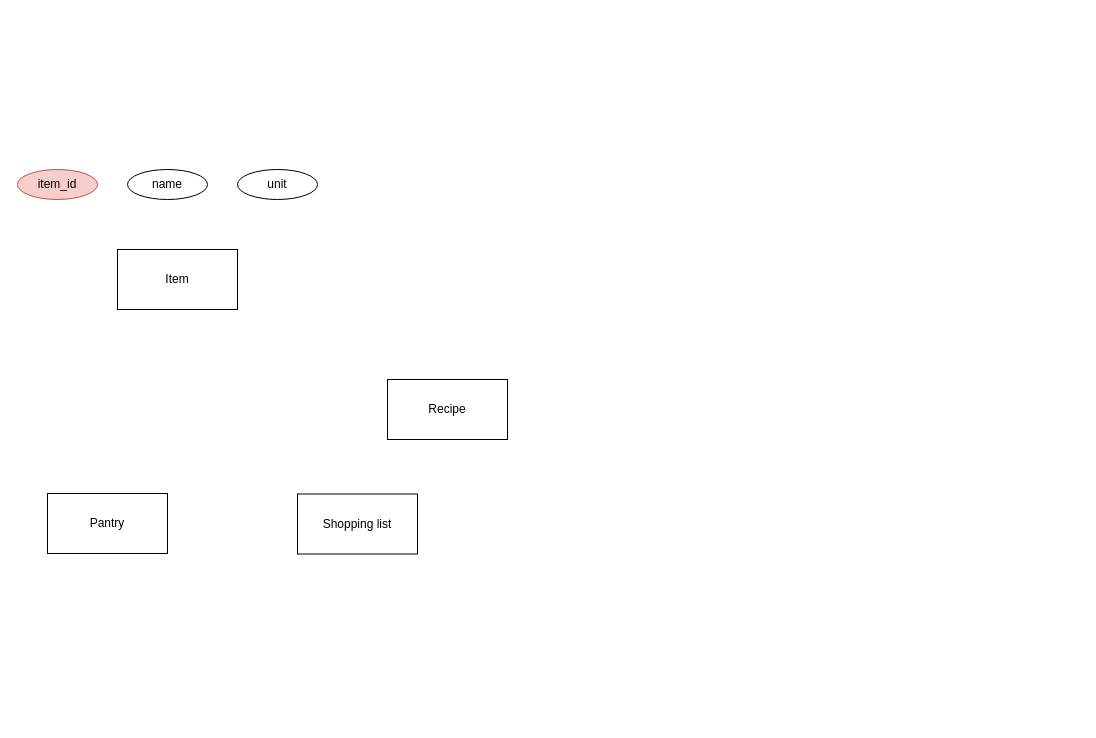
Oolay/food-shop keeps this draw.io diagram as foodShopER.drawio. Above is the earlier version. Source tidied: cells renumbered, new cells numbered last; positions are measured from the earlier drawing's top-left corner, leaving out a move shared by most shapes. Both pictures are drawn from the tidied source at 100%, with x=0, y=0 at pixel (17, 169).
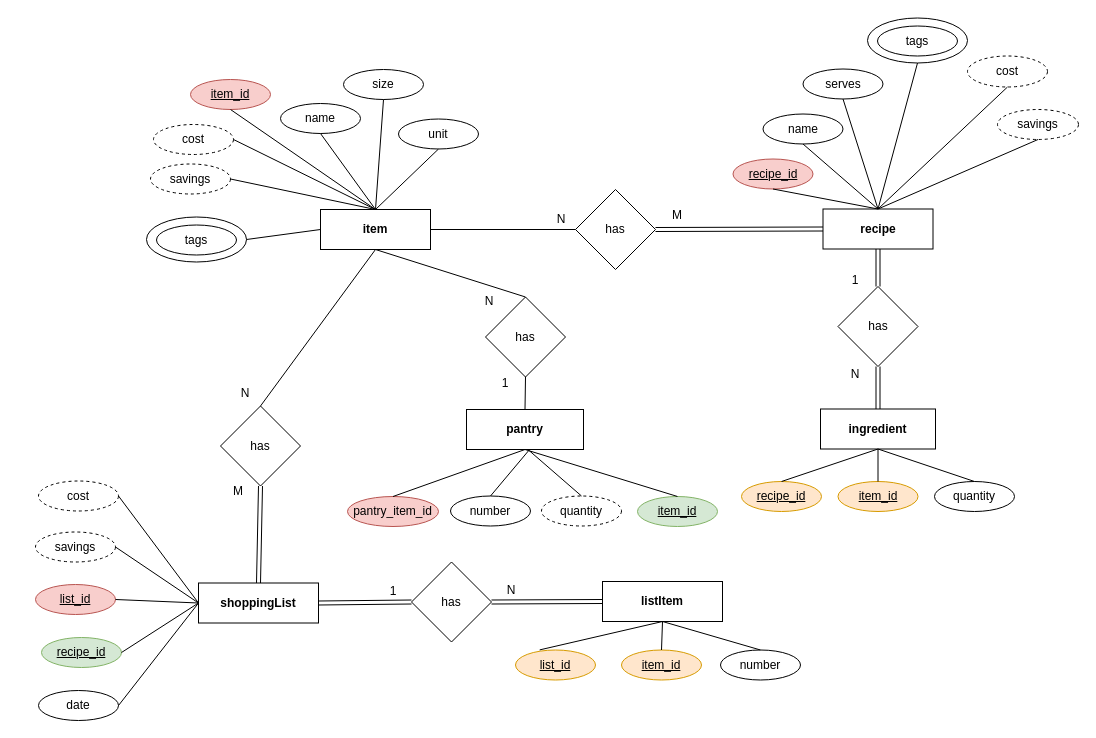
The same diagram, later.

The edit, as a diff of the source:
```diff
@@
-    <mxCell id="2" value="Item" style="rounded=0;whiteSpace=wrap;html=1;" parent="1" vertex="1">
-      <mxGeometry x="100" y="80" width="120" height="60" as="geometry" />
+    <mxCell id="2" value="item" style="rounded=0;whiteSpace=wrap;html=1;fontStyle=1;" parent="1" vertex="1">
+      <mxGeometry x="303" y="40" width="110" height="40" as="geometry" />
     </mxCell>
-    <mxCell id="3" value="Recipe" style="rounded=0;whiteSpace=wrap;html=1;" parent="1" vertex="1">
-      <mxGeometry x="370" y="210" width="120" height="60" as="geometry" />
+    <mxCell id="3" value="recipe" style="rounded=0;whiteSpace=wrap;html=1;fontStyle=1;" parent="1" vertex="1">
+      <mxGeometry x="805.5" y="39.5" width="110" height="40" as="geometry" />
     </mxCell>
-    <mxCell id="4" value="Shopping list" style="rounded=0;whiteSpace=wrap;html=1;" parent="1" vertex="1">
-      <mxGeometry x="280" y="324.5" width="120" height="60" as="geometry" />
+    <mxCell id="4" value="shoppingList" style="rounded=0;whiteSpace=wrap;html=1;fontStyle=1;" parent="1" vertex="1">
+      <mxGeometry x="181" y="413.5" width="120" height="40" as="geometry" />
     </mxCell>
-    <mxCell id="5" value="Pantry" style="rounded=0;whiteSpace=wrap;html=1;" parent="1" vertex="1">
-      <mxGeometry x="30" y="324" width="120" height="60" as="geometry" />
+    <mxCell id="5" value="pantry" style="rounded=0;whiteSpace=wrap;html=1;fontStyle=1;" parent="1" vertex="1">
+      <mxGeometry x="449" y="240" width="117" height="40" as="geometry" />
     </mxCell>
-    <mxCell id="6" value="item_id" style="ellipse;whiteSpace=wrap;html=1;fillColor=#f8cecc;strokeColor=#b85450;" parent="1" vertex="1">
-      <mxGeometry width="80" height="30" as="geometry" />
+    <mxCell id="6" value="item_id" style="ellipse;whiteSpace=wrap;html=1;fillColor=#f8cecc;strokeColor=#b85450;fontStyle=4;" parent="1" vertex="1">
+      <mxGeometry x="173" y="-90" width="80" height="30" as="geometry" />
     </mxCell>
     <mxCell id="7" value="name" style="ellipse;whiteSpace=wrap;html=1;" parent="1" vertex="1">
-      <mxGeometry x="110" width="80" height="30" as="geometry" />
+      <mxGeometry x="263" y="-66" width="80" height="30" as="geometry" />
     </mxCell>
     <mxCell id="8" value="unit" style="ellipse;whiteSpace=wrap;html=1;" parent="1" vertex="1">
-      <mxGeometry x="220" width="80" height="30" as="geometry" />
+      <mxGeometry x="381" y="-50.5" width="80" height="30" as="geometry" />
     </mxCell>
+    <mxCell id="9" value="size" style="ellipse;whiteSpace=wrap;html=1;" parent="1" vertex="1">
+      <mxGeometry x="326" y="-100" width="80" height="30" as="geometry" />
+    </mxCell>
+    <mxCell id="10" style="endArrow=none;html=1;entryX=0.5;entryY=1;entryDx=0;entryDy=0;exitX=0.5;exitY=0;exitDx=0;exitDy=0;" parent="1" edge="1" source="2" target="6">
+      <mxGeometry relative="1" as="geometry" />
+    </mxCell>
+    <mxCell id="11" style="endArrow=none;html=1;entryX=0.5;entryY=1;entryDx=0;entryDy=0;exitX=0.5;exitY=0;exitDx=0;exitDy=0;" parent="1" edge="1" source="2" target="7">
+      <mxGeometry relative="1" as="geometry" />
+    </mxCell>
+    <mxCell id="12" style="endArrow=none;html=1;entryX=0.5;entryY=1;entryDx=0;entryDy=0;exitX=0.5;exitY=0;exitDx=0;exitDy=0;" parent="1" edge="1" source="2" target="9">
+      <mxGeometry relative="1" as="geometry" />
+    </mxCell>
+    <mxCell id="13" style="endArrow=none;html=1;entryX=0.5;entryY=1;entryDx=0;entryDy=0;exitX=0.5;exitY=0;exitDx=0;exitDy=0;" parent="1" edge="1" source="2" target="8">
+      <mxGeometry relative="1" as="geometry" />
+    </mxCell>
+    <mxCell id="14" value="recipe_id" style="ellipse;whiteSpace=wrap;html=1;fillColor=#f8cecc;strokeColor=#b85450;fontStyle=4;" parent="1" vertex="1">
+      <mxGeometry x="715.5" y="-10.5" width="80" height="30" as="geometry" />
+    </mxCell>
+    <mxCell id="15" value="name" style="ellipse;whiteSpace=wrap;html=1;" parent="1" vertex="1">
+      <mxGeometry x="745.5" y="-55.5" width="80" height="30" as="geometry" />
+    </mxCell>
+    <mxCell id="16" value="has" style="rhombus;whiteSpace=wrap;html=1;" parent="1" vertex="1">
+      <mxGeometry x="203" y="236.5" width="80" height="80" as="geometry" />
+    </mxCell>
+    <mxCell id="17" value="cost" style="ellipse;whiteSpace=wrap;html=1;dashed=1;" parent="1" vertex="1">
+      <mxGeometry x="136" y="-45" width="80" height="30" as="geometry" />
+    </mxCell>
+    <mxCell id="18" value="savings" style="ellipse;whiteSpace=wrap;html=1;dashed=1;" parent="1" vertex="1">
+      <mxGeometry x="133" y="-5.5" width="80" height="30" as="geometry" />
+    </mxCell>
+    <mxCell id="19" value="list_id" style="ellipse;whiteSpace=wrap;html=1;fillColor=#f8cecc;strokeColor=#b85450;fontStyle=4;" parent="1" vertex="1">
+      <mxGeometry x="18" y="415" width="80" height="30" as="geometry" />
+    </mxCell>
+    <mxCell id="20" style="endArrow=none;html=1;exitX=0.5;exitY=1;exitDx=0;exitDy=0;entryX=0.5;entryY=0;entryDx=0;entryDy=0;" parent="1" edge="1" source="2" target="16">
+      <mxGeometry relative="1" as="geometry" />
+    </mxCell>
+    <mxCell id="21" style="shape=link;html=1;exitX=0.5;exitY=0;exitDx=0;exitDy=0;entryX=0.5;entryY=1;entryDx=0;entryDy=0;" parent="1" edge="1" source="4" target="16">
+      <mxGeometry relative="1" as="geometry" />
+    </mxCell>
+    <mxCell id="22" value="has" style="rhombus;whiteSpace=wrap;html=1;" parent="1" vertex="1">
+      <mxGeometry x="558" y="20" width="80" height="80" as="geometry" />
+    </mxCell>
+    <mxCell id="23" style="endArrow=none;html=1;exitX=1;exitY=0.5;exitDx=0;exitDy=0;entryX=0;entryY=0.5;entryDx=0;entryDy=0;" parent="1" edge="1" source="2" target="22">
+      <mxGeometry relative="1" as="geometry" />
+    </mxCell>
+    <mxCell id="24" style="shape=link;html=1;exitX=1;exitY=0.5;exitDx=0;exitDy=0;entryX=0;entryY=0.5;entryDx=0;entryDy=0;" parent="1" edge="1" source="22" target="3">
+      <mxGeometry relative="1" as="geometry" />
+    </mxCell>
+    <mxCell id="25" style="endArrow=none;html=1;entryX=0;entryY=0.5;entryDx=0;entryDy=0;exitX=1;exitY=0.5;exitDx=0;exitDy=0;" parent="1" edge="1" source="19" target="4">
+      <mxGeometry relative="1" as="geometry" />
+    </mxCell>
+    <mxCell id="26" value="N" style="text;html=1;strokeColor=none;fillColor=none;align=center;verticalAlign=middle;whiteSpace=wrap;rounded=0;dashed=1;" parent="1" vertex="1">
+      <mxGeometry x="524" y="40" width="40" height="20" as="geometry" />
+    </mxCell>
+    <mxCell id="27" value="M" style="text;html=1;strokeColor=none;fillColor=none;align=center;verticalAlign=middle;whiteSpace=wrap;rounded=0;dashed=1;" parent="1" vertex="1">
+      <mxGeometry x="640" y="35.5" width="40" height="20" as="geometry" />
+    </mxCell>
+    <mxCell id="28" value="N" style="text;html=1;strokeColor=none;fillColor=none;align=center;verticalAlign=middle;whiteSpace=wrap;rounded=0;dashed=1;" parent="1" vertex="1">
+      <mxGeometry x="208" y="213.5" width="40" height="20" as="geometry" />
+    </mxCell>
+    <mxCell id="29" value="M" style="text;html=1;strokeColor=none;fillColor=none;align=center;verticalAlign=middle;whiteSpace=wrap;rounded=0;dashed=1;" parent="1" vertex="1">
+      <mxGeometry x="201" y="311.5" width="40" height="20" as="geometry" />
+    </mxCell>
+    <mxCell id="30" style="endArrow=none;html=1;entryX=0.5;entryY=1;entryDx=0;entryDy=0;exitX=0.5;exitY=0;exitDx=0;exitDy=0;" parent="1" edge="1" source="3" target="14">
+      <mxGeometry relative="1" as="geometry" />
+    </mxCell>
+    <mxCell id="31" style="endArrow=none;html=1;entryX=0.5;entryY=1;entryDx=0;entryDy=0;exitX=0.5;exitY=0;exitDx=0;exitDy=0;" parent="1" edge="1" source="3" target="15">
+      <mxGeometry relative="1" as="geometry" />
+    </mxCell>
+    <mxCell id="32" value="serves" style="ellipse;whiteSpace=wrap;html=1;" parent="1" vertex="1">
+      <mxGeometry x="785.5" y="-100.5" width="80" height="30" as="geometry" />
+    </mxCell>
+    <mxCell id="33" style="endArrow=none;html=1;entryX=0.5;entryY=1;entryDx=0;entryDy=0;exitX=0.5;exitY=0;exitDx=0;exitDy=0;" parent="1" edge="1" source="3" target="32">
+      <mxGeometry relative="1" as="geometry" />
+    </mxCell>
+    <mxCell id="34" value="cost" style="ellipse;whiteSpace=wrap;html=1;dashed=1;" parent="1" vertex="1">
+      <mxGeometry x="950" y="-113.5" width="80" height="31" as="geometry" />
+    </mxCell>
+    <mxCell id="35" value="savings" style="ellipse;whiteSpace=wrap;html=1;dashed=1;" parent="1" vertex="1">
+      <mxGeometry x="980" y="-60" width="81" height="30" as="geometry" />
+    </mxCell>
+    <mxCell id="36" style="endArrow=none;html=1;exitX=0.5;exitY=1;exitDx=0;exitDy=0;" parent="1" edge="1" source="34">
+      <mxGeometry relative="1" as="geometry">
+        <mxPoint x="860.5" y="39.5" as="targetPoint" />
+      </mxGeometry>
+    </mxCell>
+    <mxCell id="37" style="endArrow=none;html=1;exitX=0.5;exitY=1;exitDx=0;exitDy=0;" parent="1" edge="1" source="35">
+      <mxGeometry relative="1" as="geometry">
+        <mxPoint x="860.5" y="39.5" as="targetPoint" />
+      </mxGeometry>
+    </mxCell>
+    <mxCell id="38" value="date" style="ellipse;whiteSpace=wrap;html=1;" parent="1" vertex="1">
+      <mxGeometry x="21" y="521" width="80" height="30" as="geometry" />
+    </mxCell>
+    <mxCell id="39" style="endArrow=none;html=1;exitX=0;exitY=0.5;exitDx=0;exitDy=0;entryX=1;entryY=0.5;entryDx=0;entryDy=0;" parent="1" edge="1" source="4" target="38">
+      <mxGeometry relative="1" as="geometry" />
+    </mxCell>
+    <mxCell id="40" value="item_id" style="ellipse;whiteSpace=wrap;html=1;fillColor=#d5e8d4;strokeColor=#82b366;fontStyle=4;" parent="1" vertex="1">
+      <mxGeometry x="620" y="327" width="80" height="30" as="geometry" />
+    </mxCell>
+    <mxCell id="41" style="endArrow=none;html=1;entryX=0.5;entryY=0;entryDx=0;entryDy=0;exitX=1;exitY=0.5;exitDx=0;exitDy=0;" parent="1" edge="1" source="17" target="2">
+      <mxGeometry relative="1" as="geometry" />
+    </mxCell>
+    <mxCell id="42" style="endArrow=none;html=1;entryX=0.5;entryY=0;entryDx=0;entryDy=0;exitX=1;exitY=0.5;exitDx=0;exitDy=0;" parent="1" edge="1" source="18" target="2">
+      <mxGeometry relative="1" as="geometry" />
+    </mxCell>
+    <mxCell id="43" value="cost" style="ellipse;whiteSpace=wrap;html=1;dashed=1;" parent="1" vertex="1">
+      <mxGeometry x="21" y="311.5" width="80" height="30" as="geometry" />
+    </mxCell>
+    <mxCell id="44" value="savings" style="ellipse;whiteSpace=wrap;html=1;dashed=1;" parent="1" vertex="1">
+      <mxGeometry x="18" y="362.5" width="80" height="30" as="geometry" />
+    </mxCell>
+    <mxCell id="45" style="ellipse;whiteSpace=wrap;html=1;" parent="1" vertex="1">
+      <mxGeometry x="129" y="47.5" width="100" height="45" as="geometry" />
+    </mxCell>
+    <mxCell id="46" value="tags" style="ellipse;whiteSpace=wrap;html=1;fontStyle=0;" parent="1" vertex="1">
+      <mxGeometry x="139" y="55.5" width="80" height="30" as="geometry" />
+    </mxCell>
+    <mxCell id="47" style="ellipse;whiteSpace=wrap;html=1;" parent="1" vertex="1">
+      <mxGeometry x="850" y="-151.5" width="100" height="45" as="geometry" />
+    </mxCell>
+    <mxCell id="48" value="tags" style="ellipse;whiteSpace=wrap;html=1;fontStyle=0;" parent="1" vertex="1">
+      <mxGeometry x="860" y="-143.5" width="80" height="30" as="geometry" />
+    </mxCell>
+    <mxCell id="49" style="endArrow=none;html=1;entryX=0;entryY=0.5;entryDx=0;entryDy=0;exitX=1;exitY=0.5;exitDx=0;exitDy=0;" parent="1" edge="1" source="45" target="2">
+      <mxGeometry relative="1" as="geometry" />
+    </mxCell>
+    <mxCell id="50" style="endArrow=none;html=1;entryX=0.5;entryY=1;entryDx=0;entryDy=0;" parent="1" edge="1" target="47">
+      <mxGeometry relative="1" as="geometry">
+        <mxPoint x="860.5" y="39.5" as="sourcePoint" />
+      </mxGeometry>
+    </mxCell>
+    <mxCell id="51" value="recipe_id" style="ellipse;whiteSpace=wrap;html=1;fillColor=#d5e8d4;strokeColor=#82b366;fontStyle=4;" parent="1" vertex="1">
+      <mxGeometry x="24" y="468" width="80" height="30" as="geometry" />
+    </mxCell>
+    <mxCell id="52" style="endArrow=none;html=1;entryX=0;entryY=0.5;entryDx=0;entryDy=0;exitX=1;exitY=0.5;exitDx=0;exitDy=0;" parent="1" edge="1" source="51" target="4">
+      <mxGeometry relative="1" as="geometry" />
+    </mxCell>
+    <mxCell id="53" value="number" style="ellipse;whiteSpace=wrap;html=1;" parent="1" vertex="1">
+      <mxGeometry x="433" y="326.5" width="80" height="30" as="geometry" />
+    </mxCell>
+    <mxCell id="54" style="endArrow=none;html=1;entryX=0.5;entryY=1;entryDx=0;entryDy=0;exitX=0.5;exitY=0;exitDx=0;exitDy=0;" parent="1" edge="1" source="40" target="5">
+      <mxGeometry relative="1" as="geometry" />
+    </mxCell>
+    <mxCell id="55" style="endArrow=none;html=1;exitX=0.5;exitY=0;exitDx=0;exitDy=0;" parent="1" edge="1" source="53">
+      <mxGeometry relative="1" as="geometry">
+        <mxPoint x="512.5" y="279.5" as="targetPoint" />
+      </mxGeometry>
+    </mxCell>
+    <mxCell id="56" style="endArrow=none;html=1;exitX=1;exitY=0.5;exitDx=0;exitDy=0;entryX=0;entryY=0.5;entryDx=0;entryDy=0;" parent="1" edge="1" source="43" target="4">
+      <mxGeometry relative="1" as="geometry" />
+    </mxCell>
+    <mxCell id="57" style="endArrow=none;html=1;entryX=0;entryY=0.5;entryDx=0;entryDy=0;exitX=1;exitY=0.5;exitDx=0;exitDy=0;" parent="1" edge="1" source="44" target="4">
+      <mxGeometry relative="1" as="geometry" />
+    </mxCell>
+    <mxCell id="58" value="ingredient" style="rounded=0;whiteSpace=wrap;html=1;fontStyle=1;" parent="1" vertex="1">
+      <mxGeometry x="803" y="239.5" width="115" height="40" as="geometry" />
+    </mxCell>
+    <mxCell id="59" value="recipe_id" style="ellipse;whiteSpace=wrap;html=1;fillColor=#ffe6cc;strokeColor=#d79b00;fontStyle=4;" parent="1" vertex="1">
+      <mxGeometry x="724" y="312" width="80" height="30" as="geometry" />
+    </mxCell>
+    <mxCell id="60" value="item_id" style="ellipse;whiteSpace=wrap;html=1;fillColor=#ffe6cc;strokeColor=#d79b00;fontStyle=4;" parent="1" vertex="1">
+      <mxGeometry x="820.5" y="312" width="80" height="30" as="geometry" />
+    </mxCell>
+    <mxCell id="61" value="quantity" style="ellipse;whiteSpace=wrap;html=1;" parent="1" vertex="1">
+      <mxGeometry x="917" y="312" width="80" height="30" as="geometry" />
+    </mxCell>
+    <mxCell id="62" style="endArrow=none;html=1;entryX=0.5;entryY=1;entryDx=0;entryDy=0;exitX=0.5;exitY=0;exitDx=0;exitDy=0;" parent="1" edge="1" source="59" target="58">
+      <mxGeometry relative="1" as="geometry" />
+    </mxCell>
+    <mxCell id="63" style="endArrow=none;html=1;exitX=0.5;exitY=1;exitDx=0;exitDy=0;entryX=0.5;entryY=0;entryDx=0;entryDy=0;" parent="1" edge="1" source="58" target="60">
+      <mxGeometry relative="1" as="geometry" />
+    </mxCell>
+    <mxCell id="64" style="endArrow=none;html=1;exitX=0.5;exitY=1;exitDx=0;exitDy=0;entryX=0.5;entryY=0;entryDx=0;entryDy=0;" parent="1" edge="1" source="58" target="61">
+      <mxGeometry relative="1" as="geometry" />
+    </mxCell>
+    <mxCell id="65" value="quantity" style="ellipse;whiteSpace=wrap;html=1;dashed=1;" parent="1" vertex="1">
+      <mxGeometry x="524" y="326.5" width="80" height="30" as="geometry" />
+    </mxCell>
+    <mxCell id="66" style="endArrow=none;html=1;entryX=0.5;entryY=0;entryDx=0;entryDy=0;" parent="1" edge="1" target="65">
+      <mxGeometry relative="1" as="geometry">
+        <mxPoint x="511" y="280.5" as="sourcePoint" />
+      </mxGeometry>
+    </mxCell>
+    <mxCell id="67" value="has" style="rhombus;whiteSpace=wrap;html=1;" parent="1" vertex="1">
+      <mxGeometry x="820.5" y="117" width="80" height="80" as="geometry" />
+    </mxCell>
+    <mxCell id="68" style="shape=link;html=1;entryX=0.5;entryY=1;entryDx=0;entryDy=0;exitX=0.5;exitY=0;exitDx=0;exitDy=0;" parent="1" edge="1" source="67" target="3">
+      <mxGeometry relative="1" as="geometry" />
+    </mxCell>
+    <mxCell id="69" style="shape=link;html=1;exitX=0.5;exitY=0;exitDx=0;exitDy=0;entryX=0.5;entryY=1;entryDx=0;entryDy=0;" parent="1" edge="1" source="58" target="67">
+      <mxGeometry relative="1" as="geometry" />
+    </mxCell>
+    <mxCell id="70" value="has" style="rhombus;whiteSpace=wrap;html=1;" parent="1" vertex="1">
+      <mxGeometry x="468" y="127.5" width="80" height="80" as="geometry" />
+    </mxCell>
+    <mxCell id="71" style="endArrow=none;html=1;entryX=0.5;entryY=1;entryDx=0;entryDy=0;exitX=0.5;exitY=0;exitDx=0;exitDy=0;" parent="1" edge="1" source="70" target="2">
+      <mxGeometry relative="1" as="geometry" />
+    </mxCell>
+    <mxCell id="72" style="endArrow=none;html=1;entryX=0.5;entryY=1;entryDx=0;entryDy=0;exitX=0.5;exitY=0;exitDx=0;exitDy=0;" parent="1" edge="1" source="5" target="70">
+      <mxGeometry relative="1" as="geometry" />
+    </mxCell>
+    <mxCell id="73" value="N" style="text;html=1;strokeColor=none;fillColor=none;align=center;verticalAlign=middle;whiteSpace=wrap;rounded=0;dashed=1;" parent="1" vertex="1">
+      <mxGeometry x="818" y="195" width="40" height="20" as="geometry" />
+    </mxCell>
+    <mxCell id="74" value="1" style="text;html=1;strokeColor=none;fillColor=none;align=center;verticalAlign=middle;whiteSpace=wrap;rounded=0;dashed=1;" parent="1" vertex="1">
+      <mxGeometry x="818" y="101" width="40" height="20" as="geometry" />
+    </mxCell>
+    <mxCell id="75" value="N" style="text;html=1;strokeColor=none;fillColor=none;align=center;verticalAlign=middle;whiteSpace=wrap;rounded=0;dashed=1;" parent="1" vertex="1">
+      <mxGeometry x="452" y="121.5" width="40" height="20" as="geometry" />
+    </mxCell>
+    <mxCell id="76" value="1" style="text;html=1;strokeColor=none;fillColor=none;align=center;verticalAlign=middle;whiteSpace=wrap;rounded=0;dashed=1;" parent="1" vertex="1">
+      <mxGeometry x="468" y="203.5" width="40" height="20" as="geometry" />
+    </mxCell>
+    <mxCell id="77" value="listItem" style="rounded=0;whiteSpace=wrap;html=1;fontStyle=1;" parent="1" vertex="1">
+      <mxGeometry x="585" y="412" width="120" height="40" as="geometry" />
+    </mxCell>
+    <mxCell id="78" value="list_id" style="ellipse;whiteSpace=wrap;html=1;fillColor=#ffe6cc;strokeColor=#d79b00;fontStyle=4;" parent="1" vertex="1">
+      <mxGeometry x="498" y="480.5" width="80" height="30" as="geometry" />
+    </mxCell>
+    <mxCell id="79" value="item_id" style="ellipse;whiteSpace=wrap;html=1;fillColor=#ffe6cc;strokeColor=#d79b00;fontStyle=4;" parent="1" vertex="1">
+      <mxGeometry x="604" y="480.5" width="80" height="30" as="geometry" />
+    </mxCell>
+    <mxCell id="80" value="number" style="ellipse;whiteSpace=wrap;html=1;" parent="1" vertex="1">
+      <mxGeometry x="703" y="480.5" width="80" height="30" as="geometry" />
+    </mxCell>
+    <mxCell id="81" style="endArrow=none;html=1;entryX=0.5;entryY=1;entryDx=0;entryDy=0;exitX=0.5;exitY=1;exitDx=0;exitDy=0;" parent="1" edge="1" source="77">
+      <mxGeometry relative="1" as="geometry">
+        <mxPoint x="522.2" y="480.4" as="targetPoint" />
+      </mxGeometry>
+    </mxCell>
+    <mxCell id="82" style="endArrow=none;html=1;exitX=0.5;exitY=0;exitDx=0;exitDy=0;entryX=0.5;entryY=1;entryDx=0;entryDy=0;" parent="1" edge="1" source="79" target="77">
+      <mxGeometry relative="1" as="geometry" />
+    </mxCell>
+    <mxCell id="83" style="endArrow=none;html=1;exitX=0.5;exitY=0;exitDx=0;exitDy=0;entryX=0.5;entryY=1;entryDx=0;entryDy=0;" parent="1" edge="1" source="80" target="77">
+      <mxGeometry relative="1" as="geometry" />
+    </mxCell>
+    <mxCell id="84" value="has" style="rhombus;whiteSpace=wrap;html=1;" parent="1" vertex="1">
+      <mxGeometry x="394" y="392.5" width="80" height="80" as="geometry" />
+    </mxCell>
+    <mxCell id="85" style="shape=link;html=1;entryX=0;entryY=0.5;entryDx=0;entryDy=0;exitX=1;exitY=0.5;exitDx=0;exitDy=0;" parent="1" edge="1" source="4" target="84">
+      <mxGeometry relative="1" as="geometry" />
+    </mxCell>
+    <mxCell id="86" style="shape=link;html=1;exitX=1;exitY=0.5;exitDx=0;exitDy=0;entryX=0;entryY=0.5;entryDx=0;entryDy=0;" parent="1" edge="1" source="84" target="77">
+      <mxGeometry relative="1" as="geometry" />
+    </mxCell>
+    <mxCell id="87" value="1" style="text;html=1;strokeColor=none;fillColor=none;align=center;verticalAlign=middle;whiteSpace=wrap;rounded=0;dashed=1;" parent="1" vertex="1">
+      <mxGeometry x="356" y="412" width="40" height="20" as="geometry" />
+    </mxCell>
+    <mxCell id="88" value="N" style="text;html=1;strokeColor=none;fillColor=none;align=center;verticalAlign=middle;whiteSpace=wrap;rounded=0;dashed=1;" parent="1" vertex="1">
+      <mxGeometry x="474" y="411" width="40" height="20" as="geometry" />
+    </mxCell>
+    <mxCell id="89" value="pantry_item_id" style="ellipse;whiteSpace=wrap;html=1;fillColor=#f8cecc;strokeColor=#b85450;" parent="1" vertex="1">
+      <mxGeometry x="330" y="327" width="91" height="30" as="geometry" />
+    </mxCell>
+    <mxCell id="90" style="endArrow=none;html=1;exitX=0.5;exitY=0;exitDx=0;exitDy=0;entryX=0.5;entryY=1;entryDx=0;entryDy=0;" parent="1" edge="1" source="89" target="5">
+      <mxGeometry relative="1" as="geometry" />
+    </mxCell>
```
